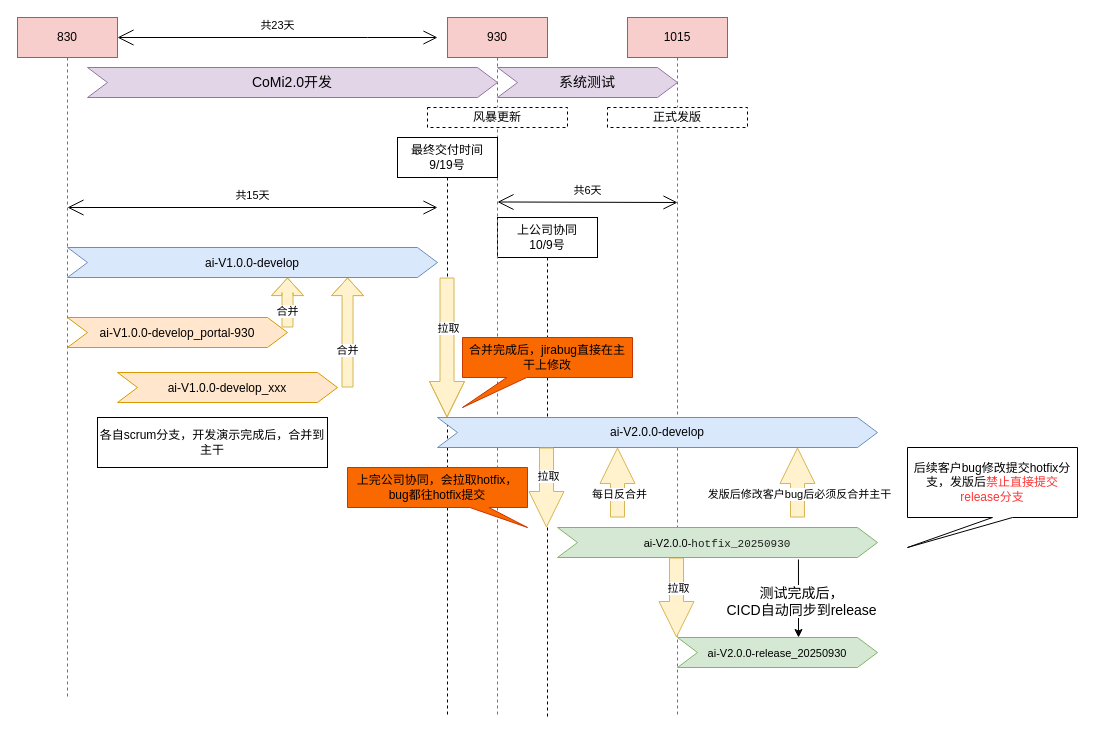
Before: 1015版本管理.drawio in wangweiccmo/drawio, a draw.io diagram. Source tidied: cells renumbered, new cells numbered last; positions are measured from the earlier drawing's top-left corner, leaving out a move shared by most shapes. Both pictures are drawn from the tidied source at 100%, with x=0, y=0 at pixel (17, 17).
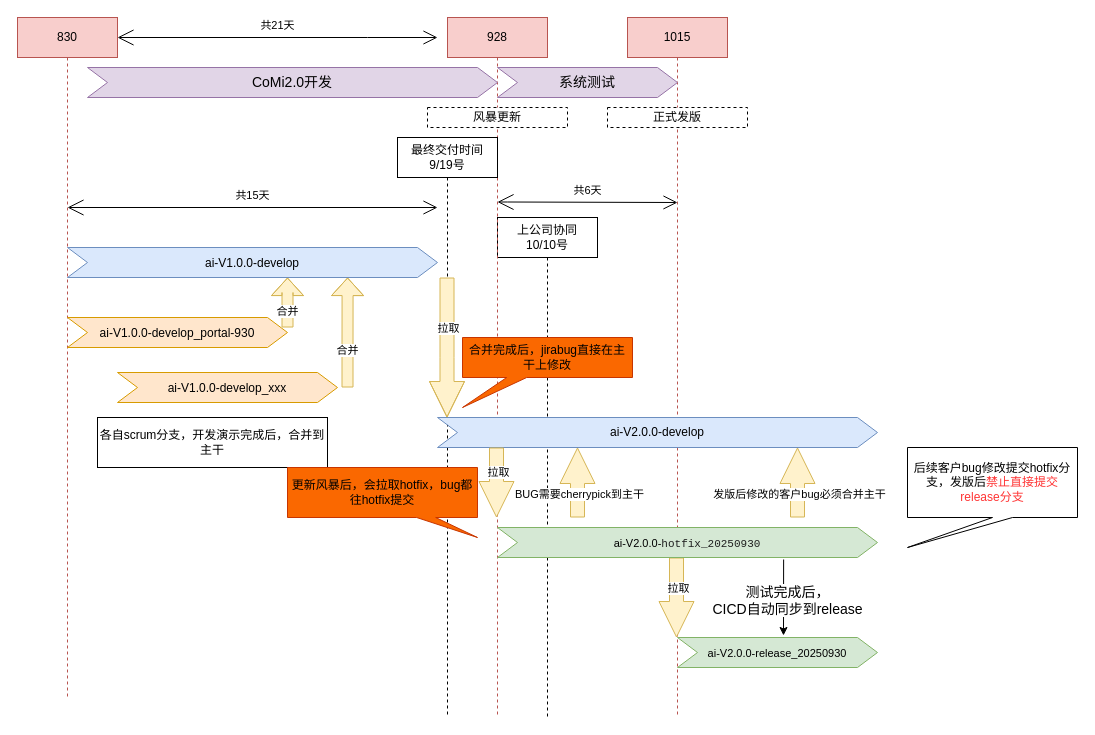
The same page after the edit.

Commit message:
更新1015版本管理.drawio

Unchanged cells that the change refers to:
```xml
<mxCell id="24" value="&lt;span style=&quot;font-size: 11px;&quot;&gt;ai-V2.0.0-release_20250930&lt;/span&gt;" style="html=1;shape=mxgraph.infographic.ribbonSimple;notch1=20;notch2=20;align=center;verticalAlign=middle;fontSize=14;fontStyle=0;fillColor=#d5e8d4;whiteSpace=wrap;strokeColor=#82b366;" parent="1" vertex="1">
  <mxGeometry x="660" y="620" width="200" height="30" as="geometry" />
</mxCell>
<mxCell id="38" style="shape=flexArrow;endArrow=classic;html=1;rounded=0;width=14;endSize=11.5;fillColor=#fff2cc;strokeColor=#d6b656;" parent="1" edge="1">
  <mxGeometry relative="1" as="geometry">
    <mxPoint x="780" y="500" as="sourcePoint" />
    <mxPoint x="780" y="430" as="targetPoint" />
    <Array as="points">
      <mxPoint x="780" y="430" />
    </Array>
  </mxGeometry>
</mxCell>
```

The edit, as a diff of the source:
```diff
@@
-    <mxCell id="2" value="上公司协同&lt;div&gt;10/9号&lt;/div&gt;" style="shape=umlLifeline;perimeter=lifelinePerimeter;whiteSpace=wrap;html=1;newEdgeStyle={&quot;curved&quot;:0,&quot;rounded&quot;:0};" parent="1" vertex="1">
+    <mxCell id="2" value="上公司协同&lt;div&gt;10/10号&lt;/div&gt;" style="shape=umlLifeline;perimeter=lifelinePerimeter;whiteSpace=wrap;html=1;newEdgeStyle={&quot;curved&quot;:0,&quot;rounded&quot;:0};" parent="1" vertex="1">
       <mxGeometry x="480" y="200" width="100" height="500" as="geometry" />
     </mxCell>
@@
-    <mxCell id="4" value="930" style="shape=umlLifeline;perimeter=lifelinePerimeter;whiteSpace=wrap;html=1;newEdgeStyle={&quot;curved&quot;:0,&quot;rounded&quot;:0};fillColor=#f8cecc;strokeColor=#b85450;" parent="1" vertex="1">
+    <mxCell id="4" value="928" style="shape=umlLifeline;perimeter=lifelinePerimeter;whiteSpace=wrap;html=1;newEdgeStyle={&quot;curved&quot;:0,&quot;rounded&quot;:0};fillColor=#f8cecc;strokeColor=#b85450;" parent="1" vertex="1">
       <mxGeometry x="430" width="100" height="700" as="geometry" />
     </mxCell>
@@
-    <mxCell id="9" value="共23天" style="endArrow=open;html=1;endSize=12;startArrow=open;startSize=14;startFill=0;edgeStyle=orthogonalEdgeStyle;align=center;verticalAlign=bottom;endFill=0;rounded=0;" parent="1" edge="1">
+    <mxCell id="9" value="共21天" style="endArrow=open;html=1;endSize=12;startArrow=open;startSize=14;startFill=0;edgeStyle=orthogonalEdgeStyle;align=center;verticalAlign=bottom;endFill=0;rounded=0;" parent="1" edge="1">
       <mxGeometry y="3" relative="1" as="geometry">
         <mxPoint x="100" y="20" as="sourcePoint" />
         <mxPoint x="420" y="20" as="targetPoint" />
         <Array as="points">
           <mxPoint x="350" y="20" />
           <mxPoint x="350" y="20" />
         </Array>
       </mxGeometry>
     </mxCell>
@@
     <mxCell id="25" value="&lt;span style=&quot;color: rgb(31, 31, 31); font-family: consolas, &amp;quot;lucida console&amp;quot;, &amp;quot;courier new&amp;quot;, monospace; text-align: left; white-space-collapse: preserve;&quot;&gt;&lt;font style=&quot;font-size: 11px;&quot;&gt;&lt;span style=&quot;color: rgb(0, 0, 0); font-family: Helvetica; text-align: center; white-space-collapse: collapse;&quot;&gt;ai-V2.0.0&lt;/span&gt;&lt;span style=&quot;color: rgb(0, 0, 0); font-family: Helvetica; text-align: center; white-space-collapse: collapse;&quot;&gt;-&lt;/span&gt;hotfix_20250930&lt;/font&gt;&lt;/span&gt;" style="html=1;shape=mxgraph.infographic.ribbonSimple;notch1=20;notch2=20;align=center;verticalAlign=middle;fontSize=14;fontStyle=0;fillColor=#d5e8d4;whiteSpace=wrap;strokeColor=#82b366;" parent="1" vertex="1">
-      <mxGeometry x="540" y="510" width="320" height="30" as="geometry" />
+      <mxGeometry x="480" y="510" width="380" height="30" as="geometry" />
     </mxCell>
-    <mxCell id="26" style="endArrow=classic;html=1;rounded=0;exitX=0.753;exitY=1.067;exitDx=0;exitDy=0;exitPerimeter=0;entryX=0.605;entryY=0;entryDx=0;entryDy=0;entryPerimeter=0;" parent="1" edge="1" source="25" target="24">
+    <mxCell id="26" style="endArrow=classic;html=1;rounded=0;exitX=0.753;exitY=1.067;exitDx=0;exitDy=0;exitPerimeter=0;entryX=0.53;entryY=-0.067;entryDx=0;entryDy=0;entryPerimeter=0;" parent="1" edge="1" source="25" target="24">
       <mxGeometry relative="1" as="geometry" />
     </mxCell>
@@
     <mxCell id="32" style="shape=flexArrow;endArrow=classic;html=1;rounded=0;width=14;endSize=11.5;fillColor=#fff2cc;strokeColor=#d6b656;" parent="1" edge="1">
       <mxGeometry relative="1" as="geometry">
-        <mxPoint x="529" y="430" as="sourcePoint" />
-        <mxPoint x="529" y="510" as="targetPoint" />
+        <mxPoint x="479" y="430" as="sourcePoint" />
+        <mxPoint x="479" y="500" as="targetPoint" />
         <Array as="points">
-          <mxPoint x="529" y="510" />
+          <mxPoint x="479" y="500" />
         </Array>
       </mxGeometry>
     </mxCell>
@@
     <mxCell id="34" style="shape=flexArrow;endArrow=classic;html=1;rounded=0;width=14;endSize=11.5;fillColor=#fff2cc;strokeColor=#d6b656;" parent="1" edge="1">
       <mxGeometry relative="1" as="geometry">
-        <mxPoint x="600" y="500" as="sourcePoint" />
-        <mxPoint x="600" y="430" as="targetPoint" />
+        <mxPoint x="560" y="500" as="sourcePoint" />
+        <mxPoint x="560" y="430" as="targetPoint" />
         <Array as="points">
-          <mxPoint x="600" y="430" />
+          <mxPoint x="560" y="430" />
         </Array>
       </mxGeometry>
     </mxCell>
-    <mxCell id="35" value="每日反合并" style="edgeLabel;html=1;align=center;verticalAlign=middle;" parent="34" vertex="1">
+    <mxCell id="35" value="BUG需要cherrypick到主干" style="edgeLabel;html=1;align=center;verticalAlign=middle;" parent="34" vertex="1">
       <mxGeometry x="-0.31" y="-1" relative="1" as="geometry" />
     </mxCell>
@@
-    <mxCell id="37" value="上完公司协同，会拉取hotfix，bug都往hotfix提交" style="shape=callout;whiteSpace=wrap;html=1;perimeter=calloutPerimeter;position2=1;size=20;position=0.68;base=19;fillColor=#fa6800;fontColor=#000000;strokeColor=#C73500;" parent="1" vertex="1">
-      <mxGeometry x="330" y="450" width="180" height="60" as="geometry" />
+    <mxCell id="37" value="更新风暴后，会拉取hotfix，bug都往hotfix提交" style="shape=callout;whiteSpace=wrap;html=1;perimeter=calloutPerimeter;position2=1;size=20;position=0.68;base=19;fillColor=#fa6800;fontColor=#000000;strokeColor=#C73500;" parent="1" vertex="1">
+      <mxGeometry x="270" y="450" width="190" height="70" as="geometry" />
     </mxCell>
@@
-    <mxCell id="39" value="发版后修改客户bug后必须反合并主干" style="edgeLabel;html=1;align=center;verticalAlign=middle;" parent="38" vertex="1">
+    <mxCell id="39" value="发版后修改的客户bug必须合并主干" style="edgeLabel;html=1;align=center;verticalAlign=middle;" parent="38" vertex="1">
       <mxGeometry x="-0.31" y="-1" relative="1" as="geometry" />
     </mxCell>
```
